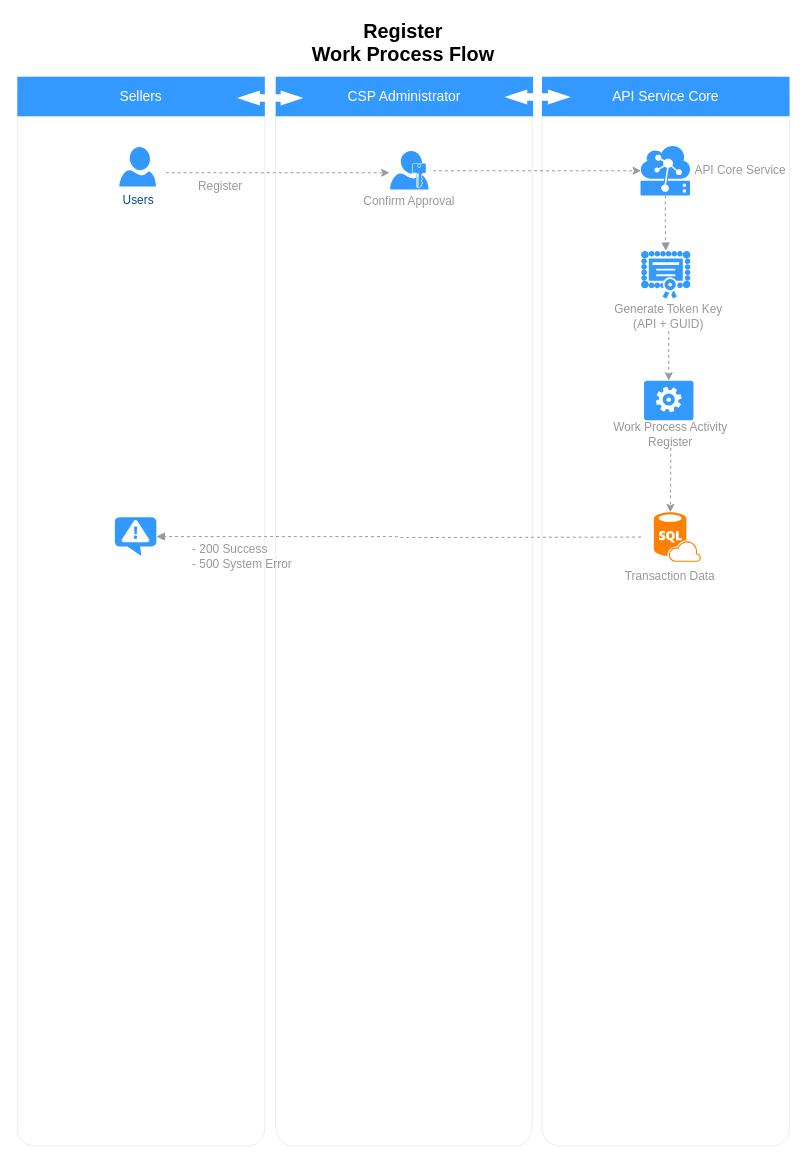
Earlier version of the draw.io diagram Register Work Process Flow.drawio (nirawat/eTax). Source tidied: cells renumbered, new cells numbered last; positions are measured from the earlier drawing's top-left corner, leaving out a move shared by most shapes. Both pictures are drawn from the tidied source at 99%, with x=0, y=0 at pixel (17, 17).
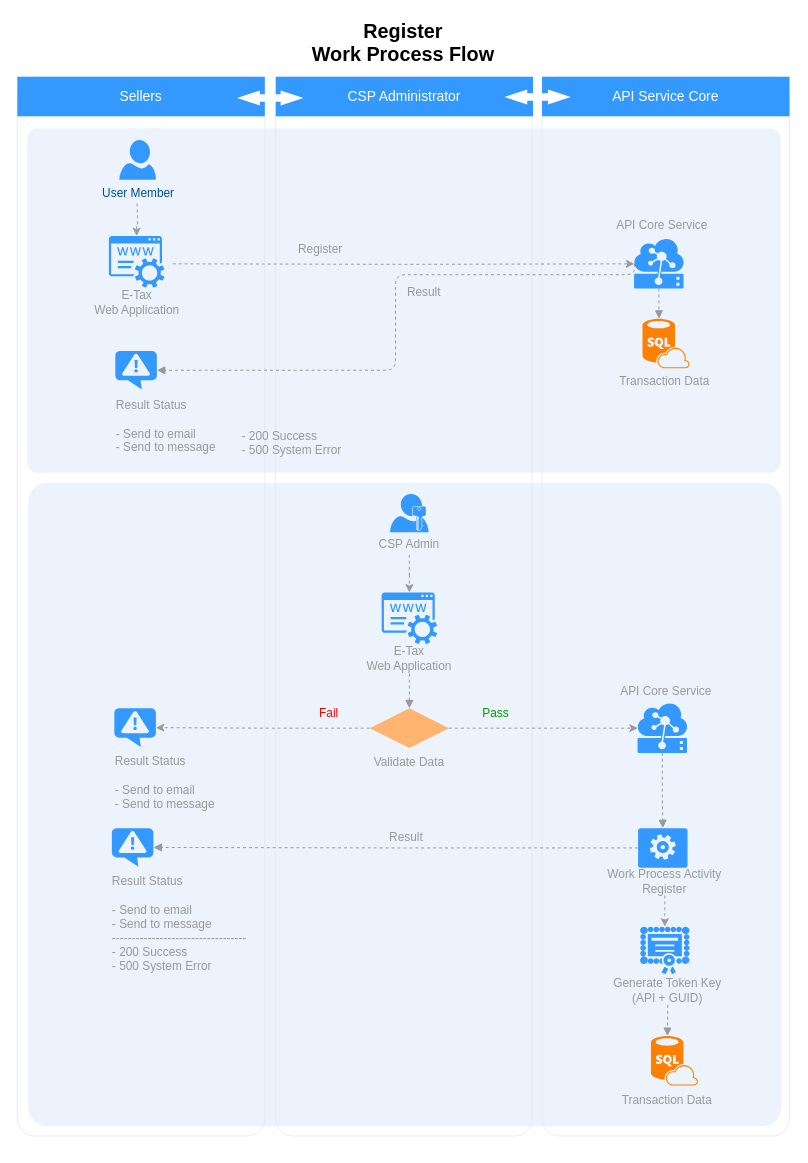
Above is the later version.

Unchanged cells that the change refers to:
```xml
<mxCell id="18" value="Generate Token Key&lt;br&gt;(API + GUID)&lt;br&gt;" style="text;html=1;strokeColor=none;fillColor=none;align=center;verticalAlign=middle;whiteSpace=wrap;rounded=0;fontSize=12;fontColor=#999999;" parent="16" vertex="1">
  <mxGeometry y="54" width="114" height="30" as="geometry" />
</mxCell>
<mxCell id="26" style="verticalLabelPosition=bottom;html=1;verticalAlign=top;align=center;strokeColor=none;fillColor=#3399FF;shape=mxgraph.azure.worker_role;fontSize=12;fontColor=#999999;" parent="25" vertex="1">
  <mxGeometry x="13" width="50" height="40" as="geometry" />
</mxCell>
<mxCell id="27" value="Work Process Activity&lt;br&gt;Register" style="text;html=1;strokeColor=none;fillColor=none;align=center;verticalAlign=middle;whiteSpace=wrap;rounded=0;fontSize=12;fontColor=#999999;" parent="25" vertex="1">
  <mxGeometry x="-40" y="39" width="160" height="29" as="geometry" />
</mxCell>
<mxCell id="34" style="verticalLabelPosition=bottom;html=1;verticalAlign=top;align=center;strokeColor=none;fillColor=#FF8000;shape=mxgraph.azure.sql_database_sql_azure;fontSize=12;fontColor=#999999;" parent="32" vertex="1">
  <mxGeometry x="31" width="47.5" height="50" as="geometry" />
</mxCell>
```

Change to the diagram source:
```diff
@@
     <mxCell id="2" style="rounded=1;whiteSpace=wrap;html=1;strokeColor=#E6E6E6;strokeWidth=1;fillColor=#FFFFFF;fontFamily=Helvetica;fontSize=14;fontColor=#FFB366;opacity=75;verticalAlign=top;fontStyle=1;arcSize=7;" parent="1" vertex="1">
-      <mxGeometry x="530" y="60" width="250" height="1080" as="geometry" />
+      <mxGeometry x="530" y="60" width="250" height="1070" as="geometry" />
     </mxCell>
     <mxCell id="3" style="rounded=1;whiteSpace=wrap;html=1;strokeColor=#E6E6E6;strokeWidth=1;fillColor=#FFFFFF;fontFamily=Helvetica;fontSize=14;fontColor=#FFB366;opacity=75;verticalAlign=top;fontStyle=1;arcSize=7;" parent="1" vertex="1">
-      <mxGeometry x="261" y="60" width="259" height="1080" as="geometry" />
+      <mxGeometry x="261" y="60" width="259" height="1070" as="geometry" />
     </mxCell>
     <mxCell id="4" style="rounded=1;whiteSpace=wrap;html=1;strokeColor=#E6E6E6;strokeWidth=1;fillColor=#FFFFFF;fontFamily=Helvetica;fontSize=14;fontColor=#FFB366;opacity=75;verticalAlign=top;fontStyle=1;arcSize=7;" parent="1" vertex="1">
-      <mxGeometry y="60" width="250" height="1080" as="geometry" />
+      <mxGeometry y="60" width="250" height="1070" as="geometry" />
     </mxCell>
+    <mxCell id="36" style="rounded=1;whiteSpace=wrap;html=1;strokeColor=none;strokeWidth=1;fillColor=#dae8fc;fontSize=12;align=center;arcSize=3;opacity=50;" parent="1" vertex="1">
+      <mxGeometry x="11" y="470" width="761" height="650" as="geometry" />
+    </mxCell>
+    <mxCell id="37" style="rounded=1;whiteSpace=wrap;html=1;strokeColor=none;strokeWidth=1;fillColor=#dae8fc;fontSize=12;align=center;arcSize=3;opacity=50;" parent="1" vertex="1">
+      <mxGeometry x="10" y="112" width="761" height="348" as="geometry" />
+    </mxCell>
@@
-    <mxCell id="9" value="Users" style="verticalLabelPosition=bottom;html=1;verticalAlign=top;strokeColor=none;fillColor=#3399FF;shape=mxgraph.azure.user;dashed=1;fontSize=12;fontColor=#004C99;" parent="1" vertex="1">
-      <mxGeometry x="103" y="131" width="37" height="40" as="geometry" />
+    <mxCell id="9" value="User Member" style="verticalLabelPosition=bottom;html=1;verticalAlign=top;strokeColor=none;fillColor=#3399FF;shape=mxgraph.azure.user;dashed=1;fontSize=12;fontColor=#004C99;" parent="1" vertex="1">
+      <mxGeometry x="103" y="124" width="37" height="40" as="geometry" />
     </mxCell>
@@
-    <mxCell id="12" style="edgeStyle=orthogonalEdgeStyle;rounded=0;orthogonalLoop=1;jettySize=auto;html=1;fontSize=14;strokeColor=#999999;dashed=1;" parent="1" edge="1">
-      <mxGeometry relative="1" as="geometry">
-        <mxPoint x="150" y="157" as="sourcePoint" />
-        <mxPoint x="376" y="157" as="targetPoint" />
-      </mxGeometry>
-    </mxCell>
-    <mxCell id="13" style="group;" parent="1" vertex="1">
-      <mxGeometry x="336" y="135" width="120" height="60.5" as="geometry" />
-    </mxCell>
-    <mxCell id="14" style="shadow=0;dashed=0;html=1;strokeColor=none;labelPosition=center;verticalLabelPosition=bottom;verticalAlign=top;align=center;shape=mxgraph.mscae.enterprise.user_permissions;fillColor=#3399FF;fontSize=14;" parent="13" vertex="1">
-      <mxGeometry x="40.5" width="39" height="39" as="geometry" />
-    </mxCell>
-    <mxCell id="15" value="&lt;font color=&quot;#999999&quot; style=&quot;font-size: 12px&quot;&gt;Confirm Approval&lt;/font&gt;" style="text;html=1;strokeColor=none;fillColor=none;align=center;verticalAlign=middle;whiteSpace=wrap;rounded=0;fontSize=12;" parent="13" vertex="1">
-      <mxGeometry y="40.5" width="120" height="20" as="geometry" />
-    </mxCell>
     <mxCell id="16" style="group;" parent="1" vertex="1">
-      <mxGeometry x="601" y="233" width="114" height="81" as="geometry" />
+      <mxGeometry x="600" y="913.5" width="114" height="81" as="geometry" />
     </mxCell>
-    <mxCell id="17" style="shadow=0;dashed=0;html=1;strokeColor=none;labelPosition=center;verticalLabelPosition=bottom;verticalAlign=top;align=center;shape=mxgraph.mscae.intune.inventory_license;fillColor=#3399FF;fontSize=14;" parent="16" vertex="1">
-      <mxGeometry x="29" y="3" width="50" height="48" as="geometry" />
-    </mxCell>
@@
-    <mxCell id="19" value="Register" style="text;html=1;strokeColor=none;fillColor=none;align=left;verticalAlign=middle;whiteSpace=wrap;rounded=0;fontSize=12;fontColor=#999999;" parent="1" vertex="1">
-      <mxGeometry x="181" y="161" width="59" height="20" as="geometry" />
-    </mxCell>
-    <mxCell id="20" style="edgeStyle=orthogonalEdgeStyle;rounded=0;jettySize=auto;html=1;exitX=0.5;exitY=1;exitDx=0;exitDy=0;exitPerimeter=0;entryX=0.5;entryY=0;entryDx=0;entryDy=0;startArrow=none;startFill=0;endArrow=block;endFill=1;strokeColor=#999999;fontSize=12;fontColor=#999999;dashed=1;entryPerimeter=0;" parent="1" edge="1" source="21" target="17">
+    <mxCell id="20" style="edgeStyle=orthogonalEdgeStyle;rounded=0;jettySize=auto;html=1;exitX=0.5;exitY=1;exitDx=0;exitDy=0;exitPerimeter=0;startArrow=none;startFill=0;endArrow=block;endFill=1;strokeColor=#999999;fontSize=12;fontColor=#999999;dashed=1;entryX=0.5;entryY=0;entryDx=0;entryDy=0;entryPerimeter=0;" parent="1" edge="1" source="21" target="26">
       <mxGeometry relative="1" as="geometry" />
     </mxCell>
     <mxCell id="21" style="shadow=0;dashed=0;html=1;strokeColor=none;labelPosition=center;verticalLabelPosition=bottom;verticalAlign=top;align=center;shape=mxgraph.mscae.cloud.iot_edge;fillColor=#3399FF;fontSize=12;fontColor=#999999;" parent="1" vertex="1">
-      <mxGeometry x="629.5" y="130" width="50" height="50" as="geometry" />
+      <mxGeometry x="626.5" y="693" width="50" height="50" as="geometry" />
     </mxCell>
     <mxCell id="22" value="API Core Service" style="text;html=1;strokeColor=none;fillColor=none;align=center;verticalAlign=middle;whiteSpace=wrap;rounded=0;fontSize=12;fontColor=#999999;" parent="1" vertex="1">
-      <mxGeometry x="680" y="140" width="101" height="29" as="geometry" />
+      <mxGeometry x="605" y="666" width="101" height="29" as="geometry" />
     </mxCell>
-    <mxCell id="23" style="edgeStyle=orthogonalEdgeStyle;rounded=0;orthogonalLoop=1;jettySize=auto;html=1;dashed=1;strokeColor=#999999;" parent="1" edge="1">
-      <mxGeometry relative="1" as="geometry">
-        <mxPoint x="420" y="155" as="sourcePoint" />
-        <mxPoint x="630" y="155" as="targetPoint" />
-      </mxGeometry>
-    </mxCell>
-    <mxCell id="24" style="edgeStyle=orthogonalEdgeStyle;rounded=0;jettySize=auto;html=1;exitX=0.5;exitY=1;exitDx=0;exitDy=0;entryX=0.5;entryY=0;entryDx=0;entryDy=0;entryPerimeter=0;dashed=1;strokeColor=#999999;" parent="1" edge="1" source="18" target="26">
-      <mxGeometry relative="1" as="geometry" />
-    </mxCell>
     <mxCell id="25" style="group;" parent="1" vertex="1">
-      <mxGeometry x="620" y="367" width="120" height="68" as="geometry" />
+      <mxGeometry x="614" y="819" width="120" height="68" as="geometry" />
     </mxCell>
@@
     <mxCell id="28" style="verticalLabelPosition=bottom;html=1;verticalAlign=top;align=center;strokeColor=none;fillColor=#3399FF;shape=mxgraph.azure.notification_topic;fontSize=12;fontColor=#999999;" parent="1" vertex="1">
-      <mxGeometry x="98.5" y="505" width="42" height="39" as="geometry" />
+      <mxGeometry x="95.5" y="819" width="42" height="39" as="geometry" />
     </mxCell>
-    <mxCell id="29" style="edgeStyle=orthogonalEdgeStyle;rounded=1;jettySize=auto;html=1;entryX=1;entryY=0.5;entryDx=0;entryDy=0;entryPerimeter=0;dashed=1;startArrow=none;startFill=0;endArrow=block;endFill=1;strokeColor=#999999;fontSize=12;fontColor=#999999;" parent="1" edge="1" target="28">
-      <mxGeometry relative="1" as="geometry">
-        <mxPoint x="630" y="525" as="sourcePoint" />
-      </mxGeometry>
+    <mxCell id="29" style="edgeStyle=orthogonalEdgeStyle;rounded=1;jettySize=auto;html=1;entryX=1;entryY=0.5;entryDx=0;entryDy=0;entryPerimeter=0;dashed=1;startArrow=none;startFill=0;endArrow=block;endFill=1;strokeColor=#999999;fontSize=12;fontColor=#999999;exitX=0;exitY=0.5;exitDx=0;exitDy=0;exitPerimeter=0;" parent="1" edge="1" source="26" target="28">
+      <mxGeometry relative="1" as="geometry" />
     </mxCell>
-    <mxCell id="30" value="- 200 Success&lt;br&gt;- 500 System Error&lt;br&gt;" style="text;html=1;strokeColor=none;fillColor=none;align=left;verticalAlign=middle;whiteSpace=wrap;rounded=0;fontSize=12;fontColor=#999999;" parent="1" vertex="1">
-      <mxGeometry x="175" y="526" width="126" height="38" as="geometry" />
-    </mxCell>
     <mxCell id="31" style="group;" parent="1" vertex="1">
-      <mxGeometry x="612" y="500" width="108" height="79" as="geometry" />
+      <mxGeometry x="609" y="1029" width="108" height="79" as="geometry" />
     </mxCell>
@@
-    <mxCell id="35" style="edgeStyle=orthogonalEdgeStyle;rounded=0;jettySize=auto;html=1;exitX=0.5;exitY=1;exitDx=0;exitDy=0;entryX=0.35;entryY=0;entryDx=0;entryDy=0;entryPerimeter=0;dashed=1;strokeColor=#999999;" parent="1" edge="1" source="27" target="34">
-      <mxGeometry relative="1" as="geometry" />
-    </mxCell>
+    <mxCell id="38" style="edgeStyle=orthogonalEdgeStyle;rounded=0;jettySize=auto;html=1;exitX=1;exitY=0.5;exitDx=0;exitDy=0;entryX=0.005;entryY=0.5;entryDx=0;entryDy=0;entryPerimeter=0;dashed=1;strokeColor=#999999;" parent="1" edge="1" source="40" target="21">
+      <mxGeometry relative="1" as="geometry" />
+    </mxCell>
+    <mxCell id="39" style="edgeStyle=orthogonalEdgeStyle;rounded=0;jettySize=auto;html=1;exitX=0;exitY=0.5;exitDx=0;exitDy=0;entryX=1;entryY=0.5;entryDx=0;entryDy=0;entryPerimeter=0;dashed=1;strokeColor=#999999;" parent="1" edge="1" source="40" target="43">
+      <mxGeometry relative="1" as="geometry" />
+    </mxCell>
+    <mxCell id="40" style="rhombus;whiteSpace=wrap;html=1;strokeColor=none;strokeWidth=1;fillColor=#FFB570;fontSize=12;fontColor=#999999;align=left;" parent="1" vertex="1">
+      <mxGeometry x="356" y="698" width="80" height="40" as="geometry" />
+    </mxCell>
+    <mxCell id="41" style="edgeStyle=orthogonalEdgeStyle;rounded=0;jettySize=auto;html=1;exitX=0.5;exitY=1;exitDx=0;exitDy=0;dashed=1;strokeColor=#999999;" parent="1" edge="1" source="15" target="65">
+      <mxGeometry relative="1" as="geometry" />
+    </mxCell>
+    <mxCell id="42" value="Validate Data" style="text;html=1;strokeColor=none;fillColor=none;align=center;verticalAlign=middle;whiteSpace=wrap;rounded=0;fontSize=12;fontColor=#999999;" parent="1" vertex="1">
+      <mxGeometry x="341" y="743" width="110" height="20" as="geometry" />
+    </mxCell>
+    <mxCell id="43" style="verticalLabelPosition=bottom;html=1;verticalAlign=top;align=center;strokeColor=none;fillColor=#3399FF;shape=mxgraph.azure.notification_topic;fontSize=12;fontColor=#999999;" parent="1" vertex="1">
+      <mxGeometry x="98" y="698" width="42" height="39" as="geometry" />
+    </mxCell>
+    <mxCell id="44" value="Result Status&lt;br&gt;&lt;br&gt;- Send to email&lt;br&gt;- Send to message&lt;br&gt;" style="text;html=1;strokeColor=none;fillColor=none;align=left;verticalAlign=middle;whiteSpace=wrap;rounded=0;fontSize=12;fontColor=#999999;" parent="1" vertex="1">
+      <mxGeometry x="97" y="743" width="130" height="60" as="geometry" />
+    </mxCell>
+    <mxCell id="45" value="Pass" style="text;html=1;strokeColor=none;fillColor=none;align=center;verticalAlign=middle;whiteSpace=wrap;rounded=0;fontSize=12;fontColor=#009900;" parent="1" vertex="1">
+      <mxGeometry x="437" y="693" width="93" height="20" as="geometry" />
+    </mxCell>
+    <mxCell id="46" value="Fail" style="text;html=1;strokeColor=none;fillColor=none;align=center;verticalAlign=middle;whiteSpace=wrap;rounded=0;fontSize=12;fontColor=#FF0000;" parent="1" vertex="1">
+      <mxGeometry x="260" y="693" width="110" height="20" as="geometry" />
+    </mxCell>
+    <mxCell id="47" value="Result Status&lt;br&gt;&lt;br&gt;- Send to email&lt;br&gt;- Send to message&lt;br&gt;----------------------------------&lt;br&gt;- 200 Success&lt;br&gt;- 500 System Error&lt;br&gt;" style="text;html=1;strokeColor=none;fillColor=none;align=left;verticalAlign=middle;whiteSpace=wrap;rounded=0;fontSize=12;fontColor=#999999;" parent="1" vertex="1">
+      <mxGeometry x="94" y="861.5" width="143" height="108" as="geometry" />
+    </mxCell>
+    <mxCell id="15" value="&lt;font color=&quot;#999999&quot; style=&quot;font-size: 12px&quot;&gt;CSP Admin&lt;/font&gt;" style="text;html=1;strokeColor=none;fillColor=none;align=center;verticalAlign=middle;whiteSpace=wrap;rounded=0;fontSize=12;" parent="1" vertex="1">
+      <mxGeometry x="336" y="523" width="120" height="20" as="geometry" />
+    </mxCell>
+    <mxCell id="48" style="edgeStyle=orthogonalEdgeStyle;rounded=0;jettySize=auto;html=1;fontSize=14;strokeColor=#999999;dashed=1;entryX=0.005;entryY=0.5;entryDx=0;entryDy=0;entryPerimeter=0;" parent="1" edge="1" target="59">
+      <mxGeometry relative="1" as="geometry">
+        <mxPoint x="157" y="249" as="sourcePoint" />
+      </mxGeometry>
+    </mxCell>
+    <mxCell id="19" value="Register" style="text;html=1;strokeColor=none;fillColor=none;align=left;verticalAlign=middle;whiteSpace=wrap;rounded=0;fontSize=12;fontColor=#999999;" parent="1" vertex="1">
+      <mxGeometry x="282" y="225" width="59" height="20" as="geometry" />
+    </mxCell>
+    <mxCell id="49" style="group;" parent="1" vertex="1">
+      <mxGeometry x="65.5" y="268" width="110" height="82" as="geometry" />
+    </mxCell>
+    <mxCell id="50" style="shadow=0;dashed=0;html=1;strokeColor=none;fillColor=#3399FF;labelPosition=center;verticalLabelPosition=bottom;verticalAlign=top;outlineConnect=0;align=center;shape=mxgraph.office.services.registrar_service;" parent="49" vertex="1">
+      <mxGeometry x="27" y="-47" width="56" height="52" as="geometry" />
+    </mxCell>
+    <mxCell id="51" value="E-Tax &lt;br&gt;Web Application" style="text;html=1;strokeColor=none;fillColor=none;align=center;verticalAlign=middle;whiteSpace=wrap;rounded=0;fontSize=12;fontColor=#999999;" parent="49" vertex="1">
+      <mxGeometry y="5" width="110" height="30" as="geometry" />
+    </mxCell>
+    <mxCell id="52" style="edgeStyle=orthogonalEdgeStyle;rounded=0;jettySize=auto;html=1;exitX=0.5;exitY=1;exitDx=0;exitDy=0;dashed=1;strokeColor=#999999;" parent="1" edge="1" target="50">
+      <mxGeometry relative="1" as="geometry">
+        <mxPoint x="121" y="188" as="sourcePoint" />
+      </mxGeometry>
+    </mxCell>
+    <mxCell id="53" style="group;" parent="1" vertex="1">
+      <mxGeometry x="600.5" y="301.5" width="108" height="79" as="geometry" />
+    </mxCell>
+    <mxCell id="54" style="group;" parent="53" vertex="1">
+      <mxGeometry width="108" height="79" as="geometry" />
+    </mxCell>
+    <mxCell id="55" value="Transaction Data" style="text;html=1;strokeColor=none;fillColor=none;align=center;verticalAlign=middle;whiteSpace=wrap;rounded=0;fontSize=12;fontColor=#999999;" parent="54" vertex="1">
+      <mxGeometry x="-1" y="52" width="108" height="29" as="geometry" />
+    </mxCell>
+    <mxCell id="56" style="verticalLabelPosition=bottom;html=1;verticalAlign=top;align=center;strokeColor=none;fillColor=#FF8000;shape=mxgraph.azure.sql_database_sql_azure;fontSize=12;fontColor=#999999;" parent="54" vertex="1">
+      <mxGeometry x="31" y="3" width="47.5" height="50" as="geometry" />
+    </mxCell>
+    <mxCell id="57" style="edgeStyle=orthogonalEdgeStyle;rounded=1;jettySize=auto;html=1;exitX=0.5;exitY=1;exitDx=0;exitDy=0;exitPerimeter=0;entryX=0.35;entryY=0;entryDx=0;entryDy=0;entryPerimeter=0;dashed=1;startArrow=none;startFill=0;endArrow=block;endFill=1;strokeColor=#999999;fontSize=12;fontColor=#999999;" parent="1" edge="1" source="59" target="56">
+      <mxGeometry relative="1" as="geometry" />
+    </mxCell>
+    <mxCell id="58" style="edgeStyle=orthogonalEdgeStyle;rounded=1;jettySize=auto;html=1;exitX=0.005;exitY=0.5;exitDx=0;exitDy=0;exitPerimeter=0;entryX=1;entryY=0.5;entryDx=0;entryDy=0;entryPerimeter=0;dashed=1;startArrow=none;startFill=0;endArrow=block;endFill=1;strokeColor=#999999;fontSize=12;fontColor=#999999;" parent="1" edge="1" source="59" target="61">
+      <mxGeometry relative="1" as="geometry">
+        <Array as="points">
+          <mxPoint x="623" y="260" />
+          <mxPoint x="382" y="260" />
+          <mxPoint x="382" y="357" />
+        </Array>
+      </mxGeometry>
+    </mxCell>
+    <mxCell id="59" style="shadow=0;dashed=0;html=1;strokeColor=none;labelPosition=center;verticalLabelPosition=bottom;verticalAlign=top;align=center;shape=mxgraph.mscae.cloud.iot_edge;fillColor=#3399FF;fontSize=12;fontColor=#999999;" parent="1" vertex="1">
+      <mxGeometry x="623" y="224" width="50" height="50" as="geometry" />
+    </mxCell>
+    <mxCell id="60" value="API Core Service" style="text;html=1;strokeColor=none;fillColor=none;align=center;verticalAlign=middle;whiteSpace=wrap;rounded=0;fontSize=12;fontColor=#999999;" parent="1" vertex="1">
+      <mxGeometry x="601" y="195" width="101" height="29" as="geometry" />
+    </mxCell>
+    <mxCell id="61" style="verticalLabelPosition=bottom;html=1;verticalAlign=top;align=center;strokeColor=none;fillColor=#3399FF;shape=mxgraph.azure.notification_topic;fontSize=12;fontColor=#999999;" parent="1" vertex="1">
+      <mxGeometry x="99" y="337" width="42" height="39" as="geometry" />
+    </mxCell>
+    <mxCell id="62" value="Result Status&lt;br&gt;&lt;br&gt;- Send to email&lt;br&gt;- Send to message&lt;br&gt;" style="text;html=1;strokeColor=none;fillColor=none;align=left;verticalAlign=middle;whiteSpace=wrap;rounded=0;fontSize=12;fontColor=#999999;" parent="1" vertex="1">
+      <mxGeometry x="98" y="376" width="152" height="74" as="geometry" />
+    </mxCell>
+    <mxCell id="63" value="Result&amp;nbsp;" style="text;html=1;strokeColor=none;fillColor=none;align=left;verticalAlign=middle;whiteSpace=wrap;rounded=0;fontSize=12;fontColor=#999999;" parent="1" vertex="1">
+      <mxGeometry x="392" y="268" width="59" height="20" as="geometry" />
+    </mxCell>
+    <mxCell id="64" style="group;" parent="1" vertex="1">
+      <mxGeometry x="341" y="611" width="110" height="82" as="geometry" />
+    </mxCell>
+    <mxCell id="65" style="shadow=0;dashed=0;html=1;strokeColor=none;fillColor=#3399FF;labelPosition=center;verticalLabelPosition=bottom;verticalAlign=top;outlineConnect=0;align=center;shape=mxgraph.office.services.registrar_service;" parent="64" vertex="1">
+      <mxGeometry x="27" y="-30" width="56" height="52" as="geometry" />
+    </mxCell>
+    <mxCell id="66" value="E-Tax &lt;br&gt;Web Application" style="text;html=1;strokeColor=none;fillColor=none;align=center;verticalAlign=middle;whiteSpace=wrap;rounded=0;fontSize=12;fontColor=#999999;" parent="64" vertex="1">
+      <mxGeometry y="22" width="110" height="30" as="geometry" />
+    </mxCell>
+    <mxCell id="30" value="- 200 Success&lt;br&gt;- 500 System Error&lt;br&gt;" style="text;html=1;strokeColor=none;fillColor=none;align=left;verticalAlign=middle;whiteSpace=wrap;rounded=0;fontSize=12;fontColor=#999999;" parent="1" vertex="1">
+      <mxGeometry x="224.5" y="413" width="152" height="34" as="geometry" />
+    </mxCell>
+    <mxCell id="14" style="shadow=0;dashed=0;html=1;strokeColor=none;labelPosition=center;verticalLabelPosition=bottom;verticalAlign=top;align=center;shape=mxgraph.mscae.enterprise.user_permissions;fillColor=#3399FF;fontSize=14;" parent="1" vertex="1">
+      <mxGeometry x="376.5" y="481.5" width="39" height="38.7" as="geometry" />
+    </mxCell>
+    <mxCell id="67" style="edgeStyle=orthogonalEdgeStyle;rounded=1;jettySize=auto;html=1;exitX=0.5;exitY=1;exitDx=0;exitDy=0;entryX=0.5;entryY=0;entryDx=0;entryDy=0;dashed=1;startArrow=none;startFill=0;endArrow=block;endFill=1;strokeColor=#999999;fontSize=12;fontColor=#999999;" parent="1" edge="1" source="66" target="40">
+      <mxGeometry relative="1" as="geometry" />
+    </mxCell>
+    <mxCell id="68" value="Result" style="text;html=1;strokeColor=none;fillColor=none;align=center;verticalAlign=middle;whiteSpace=wrap;rounded=0;fontSize=12;fontColor=#999999;" parent="1" vertex="1">
+      <mxGeometry x="338" y="818" width="110" height="20" as="geometry" />
+    </mxCell>
+    <mxCell id="17" style="shadow=0;dashed=0;html=1;strokeColor=none;labelPosition=center;verticalLabelPosition=bottom;verticalAlign=top;align=center;shape=mxgraph.mscae.intune.inventory_license;fillColor=#3399FF;fontSize=14;" parent="1" vertex="1">
+      <mxGeometry x="629" y="918.5" width="50" height="48" as="geometry" />
+    </mxCell>
+    <mxCell id="69" style="edgeStyle=orthogonalEdgeStyle;rounded=0;jettySize=auto;html=1;exitX=0.5;exitY=1;exitDx=0;exitDy=0;entryX=0.5;entryY=0;entryDx=0;entryDy=0;entryPerimeter=0;dashed=1;strokeColor=#999999;" parent="1" edge="1" source="27" target="17">
+      <mxGeometry relative="1" as="geometry" />
+    </mxCell>
+    <mxCell id="70" style="edgeStyle=orthogonalEdgeStyle;rounded=1;jettySize=auto;html=1;exitX=0.5;exitY=1;exitDx=0;exitDy=0;entryX=0.35;entryY=0;entryDx=0;entryDy=0;entryPerimeter=0;dashed=1;startArrow=none;startFill=0;endArrow=block;endFill=1;strokeColor=#999999;fontSize=12;fontColor=#999999;" parent="1" edge="1" source="18" target="34">
+      <mxGeometry relative="1" as="geometry" />
+    </mxCell>
```
